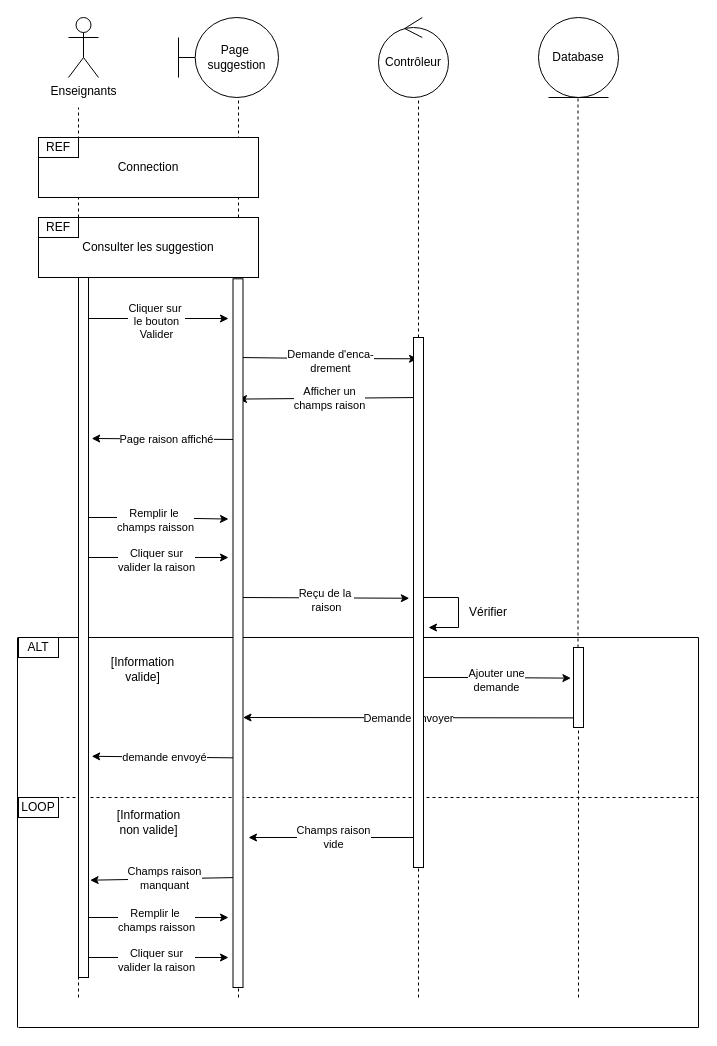
Above: diagrams/ProposerEncadrement(prof).drawio in stormsidali2001/PFE_third_year_school_project_front (draw.io), before the change. Source tidied: cells renumbered, new cells numbered last; positions are measured from the earlier drawing's top-left corner, leaving out a move shared by most shapes. Both pictures are drawn from the tidied source at 100%, with x=0, y=0 at pixel (17, 17).
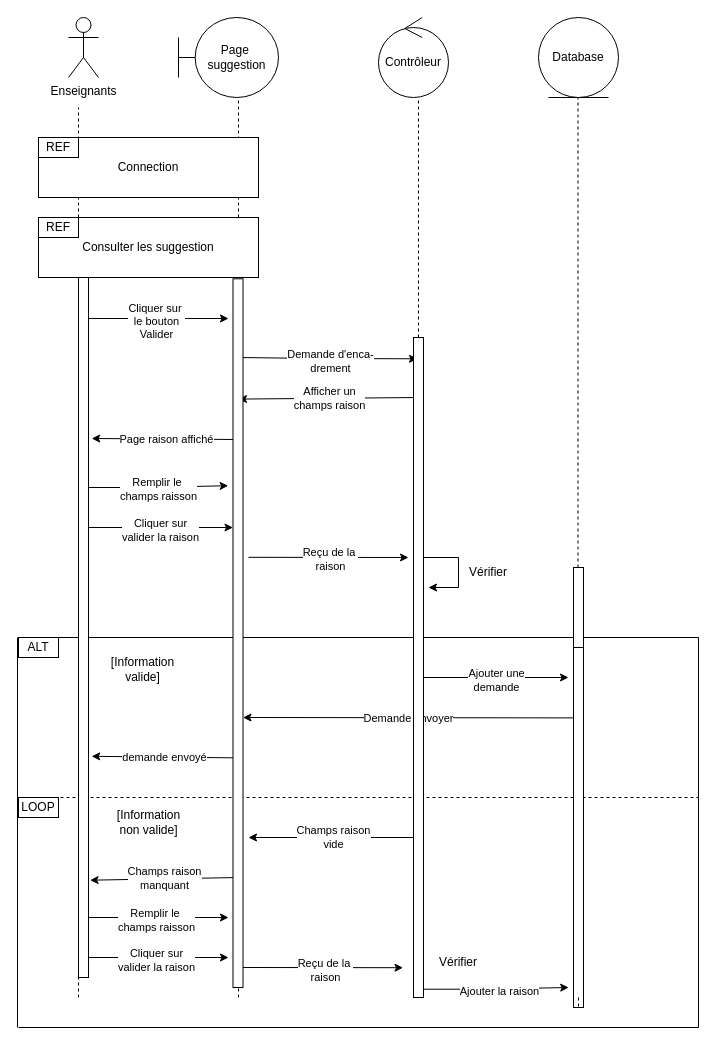
Above is the later version.

Unchanged cells that the change refers to:
```xml
<mxCell id="50" style="html=1;points=[];perimeter=orthogonalPerimeter;" parent="1" vertex="1">
  <mxGeometry x="215.5" y="261.3" width="10" height="708.7" as="geometry" />
</mxCell>
```

What changed in the source:
```diff
@@
-    <mxCell id="9" style="endArrow=none;dashed=1;html=1;rounded=0;startArrow=none;" parent="1" edge="1" source="48">
+    <mxCell id="9" style="endArrow=none;dashed=1;html=1;rounded=0;startArrow=none;" parent="1" edge="1" source="58">
       <mxGeometry relative="1" as="geometry">
         <mxPoint x="560.5" y="80" as="targetPoint" />
       </mxGeometry>
     </mxCell>
@@
-    <mxCell id="22" style="endArrow=classic;html=1;rounded=0;entryX=-0.45;entryY=0.339;entryDx=0;entryDy=0;entryPerimeter=0;" parent="1" edge="1" target="50">
+    <mxCell id="22" style="endArrow=classic;html=1;rounded=0;entryX=-0.483;entryY=0.292;entryDx=0;entryDy=0;entryPerimeter=0;" parent="1" edge="1" target="50">
       <mxGeometry relative="1" as="geometry">
-        <mxPoint x="61" y="500" as="sourcePoint" />
+        <mxPoint x="65.5" y="470" as="sourcePoint" />
         <Array as="points">
-          <mxPoint x="121.5" y="500" />
+          <mxPoint x="126" y="470" />
         </Array>
       </mxGeometry>
     </mxCell>
@@
     <mxCell id="24" style="endArrow=classic;html=1;rounded=0;" parent="1" edge="1">
       <mxGeometry relative="1" as="geometry">
-        <mxPoint x="61" y="540" as="sourcePoint" />
-        <mxPoint x="211" y="540" as="targetPoint" />
+        <mxPoint x="65.5" y="510" as="sourcePoint" />
+        <mxPoint x="215.5" y="510" as="targetPoint" />
         <Array as="points">
-          <mxPoint x="121.5" y="540" />
+          <mxPoint x="126" y="510" />
         </Array>
       </mxGeometry>
     </mxCell>
@@
-    <mxCell id="26" style="endArrow=classic;html=1;rounded=0;entryX=-0.42;entryY=0.492;entryDx=0;entryDy=0;entryPerimeter=0;" parent="1" edge="1" target="51">
+    <mxCell id="26" style="endArrow=classic;html=1;rounded=0;exitX=1.55;exitY=0.393;exitDx=0;exitDy=0;exitPerimeter=0;" parent="1" edge="1" source="50">
       <mxGeometry relative="1" as="geometry">
-        <mxPoint x="221" y="580" as="sourcePoint" />
+        <mxPoint x="391" y="540" as="targetPoint" />
       </mxGeometry>
     </mxCell>
@@
     <mxCell id="34" style="endArrow=classic;html=1;rounded=0;" parent="1" edge="1">
       <mxGeometry relative="1" as="geometry">
-        <mxPoint x="401" y="580" as="sourcePoint" />
-        <mxPoint x="411" y="610" as="targetPoint" />
+        <mxPoint x="401" y="540" as="sourcePoint" />
+        <mxPoint x="411" y="570" as="targetPoint" />
         <Array as="points">
-          <mxPoint x="441" y="580" />
-          <mxPoint x="441" y="610" />
+          <mxPoint x="441" y="540" />
+          <mxPoint x="441" y="570" />
         </Array>
       </mxGeometry>
     </mxCell>
     <mxCell id="35" value="Vérifier" style="text;html=1;strokeColor=none;fillColor=none;align=center;verticalAlign=middle;whiteSpace=wrap;rounded=0;" parent="1" vertex="1">
-      <mxGeometry x="441" y="580" width="60" height="30" as="geometry" />
+      <mxGeometry x="441" y="540" width="60" height="30" as="geometry" />
     </mxCell>
@@
-    <mxCell id="38" style="endArrow=classic;html=1;rounded=0;entryX=-0.26;entryY=0.383;entryDx=0;entryDy=0;entryPerimeter=0;" parent="1" edge="1" target="48">
+    <mxCell id="38" style="endArrow=classic;html=1;rounded=0;" parent="1" edge="1">
       <mxGeometry relative="1" as="geometry">
         <mxPoint x="401" y="660" as="sourcePoint" />
+        <mxPoint x="551" y="660" as="targetPoint" />
         <Array as="points">
           <mxPoint x="461.8" y="660" />
         </Array>
       </mxGeometry>
     </mxCell>
@@
     <mxCell id="48" style="html=1;points=[];perimeter=orthogonalPerimeter;" parent="1" vertex="1">
-      <mxGeometry x="556" y="630" width="10" height="80" as="geometry" />
+      <mxGeometry x="556" y="630" width="10" height="360" as="geometry" />
     </mxCell>
@@
     <mxCell id="51" style="html=1;points=[];perimeter=orthogonalPerimeter;" parent="1" vertex="1">
-      <mxGeometry x="396" y="320" width="10" height="530" as="geometry" />
+      <mxGeometry x="396" y="320" width="10" height="660" as="geometry" />
     </mxCell>
@@
+    <mxCell id="56" style="endArrow=classic;html=1;rounded=0;entryX=-0.483;entryY=0.292;entryDx=0;entryDy=0;entryPerimeter=0;" parent="1" edge="1">
+      <mxGeometry relative="1" as="geometry">
+        <mxPoint x="406" y="971.7" as="sourcePoint" />
+        <mxPoint x="551.2" y="970" as="targetPoint" />
+        <Array as="points">
+          <mxPoint x="466.5" y="971.7" />
+        </Array>
+      </mxGeometry>
+    </mxCell>
+    <mxCell id="57" value="Ajouter la raison" style="edgeLabel;html=1;align=center;verticalAlign=middle;" parent="56" vertex="1">
+      <mxGeometry x="0.03" y="-2" relative="1" as="geometry" />
+    </mxCell>
+    <mxCell id="58" style="html=1;points=[];perimeter=orthogonalPerimeter;" parent="1" vertex="1">
+      <mxGeometry x="556" y="550" width="10" height="80" as="geometry" />
+    </mxCell>
+    <mxCell id="59" style="endArrow=none;dashed=1;html=1;rounded=0;startArrow=none;" parent="1" edge="1" source="48" target="58">
+      <mxGeometry relative="1" as="geometry" />
+    </mxCell>
+    <mxCell id="60" style="endArrow=classic;html=1;rounded=0;exitX=1.55;exitY=0.393;exitDx=0;exitDy=0;exitPerimeter=0;" parent="1" edge="1">
+      <mxGeometry relative="1" as="geometry">
+        <mxPoint x="225.5" y="950" as="sourcePoint" />
+        <mxPoint x="385.5" y="950.2" as="targetPoint" />
+      </mxGeometry>
+    </mxCell>
+    <mxCell id="61" value="Reçu de la&amp;nbsp;&lt;br&gt;raison" style="edgeLabel;html=1;align=center;verticalAlign=middle;" parent="60" vertex="1">
+      <mxGeometry x="0.03" y="-2" relative="1" as="geometry" />
+    </mxCell>
+    <mxCell id="62" value="Vérifier" style="text;html=1;strokeColor=none;fillColor=none;align=center;verticalAlign=middle;whiteSpace=wrap;rounded=0;" parent="1" vertex="1">
+      <mxGeometry x="411" y="930" width="60" height="30" as="geometry" />
+    </mxCell>
```
